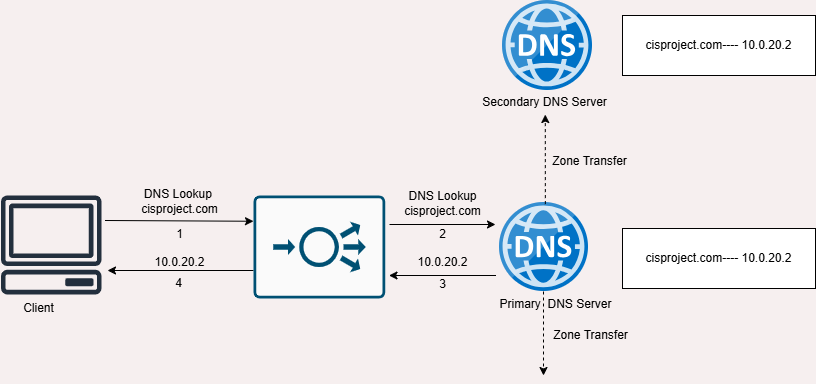
This is architecture diagram/architecture.png from radhika2026/DoS-Secure-DNS-Server, a draw.io export, as it was before one commit. Source tidied: cells renumbered, new cells last; positions are measured from the earlier drawing's top-left corner, leaving out a move shared by most shapes. Its diagram source:
```xml
<mxGraphModel background="#f6efef">
  <root>
    <mxCell id="0" />
    <mxCell id="1" parent="0" />
    <mxCell id="2" style="image;sketch=0;html=1;align=center;fontSize=12;image=img/lib/mscae/DNS.svg;" parent="1" vertex="1">
      <mxGeometry x="502" width="90" height="90" as="geometry" />
    </mxCell>
    <mxCell id="3" style="image;sketch=0;html=1;points=[];align=center;fontSize=12;image=img/lib/mscae/DNS.svg;" parent="1" vertex="1">
      <mxGeometry x="499" y="202" width="89" height="89" as="geometry" />
    </mxCell>
    <mxCell id="4" style="sketch=0;fontColor=#232F3E;gradientColor=none;fillColor=#232F3D;strokeColor=none;dashed=0;verticalLabelPosition=bottom;verticalAlign=top;align=center;html=1;fontSize=12;fontStyle=0;shape=mxgraph.aws4.client;" parent="1" vertex="1">
      <mxGeometry y="195" width="101.5" height="98.9" as="geometry" />
    </mxCell>
    <mxCell id="5" style="endArrow=classic;html=1;rounded=0;entryX=0;entryY=0.25;entryDx=0;entryDy=0;entryPerimeter=0;" parent="1" edge="1" target="15">
      <mxGeometry relative="1" as="geometry">
        <mxPoint x="104.5" y="220" as="sourcePoint" />
      </mxGeometry>
    </mxCell>
    <mxCell id="6" style="endArrow=classic;html=1;rounded=0;" parent="1" edge="1">
      <mxGeometry relative="1" as="geometry">
        <mxPoint x="389" y="224" as="sourcePoint" />
        <mxPoint x="495" y="224" as="targetPoint" />
      </mxGeometry>
    </mxCell>
    <mxCell id="7" style="endArrow=classic;html=1;rounded=0;" parent="1" edge="1">
      <mxGeometry relative="1" as="geometry">
        <mxPoint x="495.5" y="275" as="sourcePoint" />
        <mxPoint x="388.5" y="275" as="targetPoint" />
      </mxGeometry>
    </mxCell>
    <mxCell id="8" style="endArrow=classic;html=1;rounded=0;" parent="1" edge="1">
      <mxGeometry relative="1" as="geometry">
        <mxPoint x="256" y="270" as="sourcePoint" />
        <mxPoint x="107" y="270" as="targetPoint" />
      </mxGeometry>
    </mxCell>
    <mxCell id="9" style="endArrow=classic;html=1;rounded=0;dashed=1;entryX=0.509;entryY=0.962;entryDx=0;entryDy=0;entryPerimeter=0;exitX=0.515;exitY=0.018;exitDx=0;exitDy=0;exitPerimeter=0;" parent="1" edge="1" source="3" target="17">
      <mxGeometry relative="1" as="geometry" />
    </mxCell>
    <mxCell id="10" style="endArrow=classic;html=1;rounded=0;dashed=1;" parent="1" edge="1">
      <mxGeometry relative="1" as="geometry">
        <mxPoint x="543" y="291" as="sourcePoint" />
        <mxPoint x="543" y="375" as="targetPoint" />
      </mxGeometry>
    </mxCell>
    <mxCell id="11" value="DNS Lookup&amp;nbsp;&lt;div&gt;cisproject&lt;span style=&quot;background-color: initial;&quot;&gt;.com&lt;/span&gt;&lt;/div&gt;" style="text;html=1;align=center;verticalAlign=middle;strokeColor=none;fillColor=none;" parent="1" vertex="1">
      <mxGeometry x="131" y="180" width="95" height="41" as="geometry" />
    </mxCell>
    <mxCell id="12" value="1" style="text;html=1;align=center;verticalAlign=middle;strokeColor=none;fillColor=none;" parent="1" vertex="1">
      <mxGeometry x="166" y="221" width="25" height="26" as="geometry" />
    </mxCell>
    <mxCell id="13" value="10.0.20.2" style="text;html=1;align=center;verticalAlign=middle;strokeColor=none;fillColor=none;" parent="1" vertex="1">
      <mxGeometry x="144.5" y="249" width="68" height="26" as="geometry" />
    </mxCell>
    <mxCell id="14" value="DNS Lookup&lt;div&gt;cisproject.com&lt;/div&gt;" style="text;html=1;align=center;verticalAlign=middle;strokeColor=none;fillColor=none;" parent="1" vertex="1">
      <mxGeometry x="394.5" y="182" width="95" height="41" as="geometry" />
    </mxCell>
    <mxCell id="15" style="sketch=0;points=[[0.015,0.015,0],[0.985,0.015,0],[0.985,0.985,0],[0.015,0.985,0],[0.25,0,0],[0.5,0,0],[0.75,0,0],[1,0.25,0],[1,0.5,0],[1,0.75,0],[0.75,1,0],[0.5,1,0],[0.25,1,0],[0,0.75,0],[0,0.5,0],[0,0.25,0]];verticalLabelPosition=bottom;html=1;verticalAlign=top;align=center;shape=mxgraph.cisco19.rect;prIcon=load_balancer;fillColor=#FAFAFA;strokeColor=#005073;" parent="1" vertex="1">
      <mxGeometry x="253" y="195" width="131.8" height="103" as="geometry" />
    </mxCell>
    <mxCell id="16" value="2" style="text;html=1;align=center;verticalAlign=middle;strokeColor=none;fillColor=none;" parent="1" vertex="1">
      <mxGeometry x="429.5" y="221" width="25" height="26" as="geometry" />
    </mxCell>
    <mxCell id="17" value="Secondary DNS Server" style="text;html=1;align=center;verticalAlign=middle;points=[];strokeColor=none;fillColor=none;" parent="1" vertex="1">
      <mxGeometry x="472" y="89" width="143" height="26" as="geometry" />
    </mxCell>
    <mxCell id="18" value="Primary&amp;nbsp; DNS Server" style="text;html=1;align=center;verticalAlign=middle;strokeColor=none;fillColor=none;" parent="1" vertex="1">
      <mxGeometry x="489.5" y="291" width="130" height="26" as="geometry" />
    </mxCell>
    <mxCell id="19" value="Zone Transfer" style="text;html=1;align=center;verticalAlign=middle;strokeColor=none;fillColor=none;" parent="1" vertex="1">
      <mxGeometry x="542" y="148" width="93" height="26" as="geometry" />
    </mxCell>
    <mxCell id="20" value="10.0.20.2" style="text;html=1;align=center;verticalAlign=middle;strokeColor=none;fillColor=none;" parent="1" vertex="1">
      <mxGeometry x="408" y="249" width="68" height="26" as="geometry" />
    </mxCell>
    <mxCell id="21" value="3" style="text;html=1;align=center;verticalAlign=middle;strokeColor=none;fillColor=none;" parent="1" vertex="1">
      <mxGeometry x="429" y="271" width="25" height="26" as="geometry" />
    </mxCell>
    <mxCell id="22" value="4" style="text;html=1;align=center;verticalAlign=middle;strokeColor=none;fillColor=none;" parent="1" vertex="1">
      <mxGeometry x="165" y="270" width="25" height="26" as="geometry" />
    </mxCell>
    <mxCell id="23" value="Zone Transfer" style="text;html=1;align=center;verticalAlign=middle;strokeColor=none;fillColor=none;" parent="1" vertex="1">
      <mxGeometry x="543" y="322" width="93" height="26" as="geometry" />
    </mxCell>
    <mxCell id="24" value="cisproject.com&lt;span style=&quot;background-color: initial;&quot;&gt;---- 10.0.20.2&lt;/span&gt;" style="rounded=0;whiteSpace=wrap;html=1;" parent="1" vertex="1">
      <mxGeometry x="622" y="15" width="193" height="60" as="geometry" />
    </mxCell>
    <mxCell id="25" value="Client" style="text;html=1;align=center;verticalAlign=middle;strokeColor=none;fillColor=none;" parent="1" vertex="1">
      <mxGeometry x="13" y="295" width="49" height="26" as="geometry" />
    </mxCell>
    <mxCell id="26" value="cisproject.com&lt;span style=&quot;background-color: initial;&quot;&gt;---- 10.0.20.2&lt;/span&gt;" style="rounded=0;whiteSpace=wrap;html=1;" parent="1" vertex="1">
      <mxGeometry x="622" y="228" width="193" height="60" as="geometry" />
    </mxCell>
  </root>
</mxGraphModel>
```
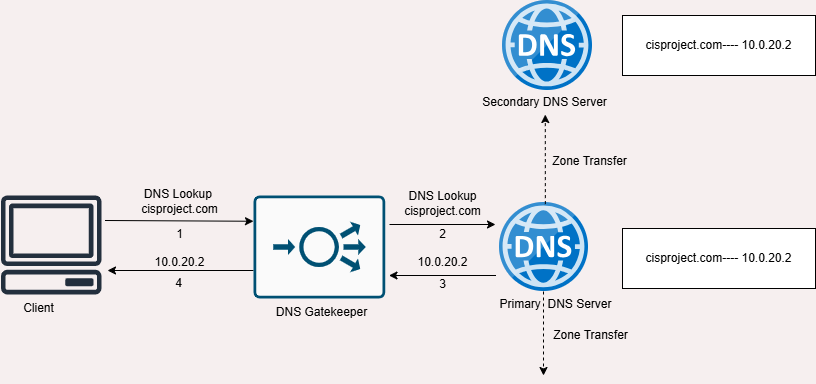
The same diagram one commit later.

Commit message:
added architecture diagram

Change to the diagram source:
```diff
@@ -91,5 +91,8 @@
     <mxCell id="26" value="cisproject.com&lt;span style=&quot;background-color: initial;&quot;&gt;---- 10.0.20.2&lt;/span&gt;" style="rounded=0;whiteSpace=wrap;html=1;" parent="1" vertex="1">
       <mxGeometry x="622" y="228" width="193" height="60" as="geometry" />
     </mxCell>
+    <mxCell id="27" value="DNS Gatekeeper" style="text;html=1;align=center;verticalAlign=middle;strokeColor=none;fillColor=none;" parent="1" vertex="1">
+      <mxGeometry x="266" y="299" width="109" height="26" as="geometry" />
+    </mxCell>
   </root>
 </mxGraphModel>
```
